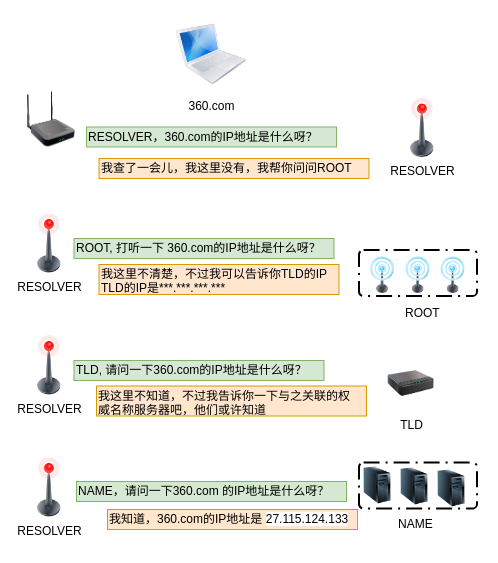
This is 未命名表单.drawio from m9rco/Android-Kotlin-Sensor-Test, a draw.io file, before an edit. Source tidied: cells renumbered, new cells numbered last; positions are measured from the earlier drawing's top-left corner, leaving out a move shared by most shapes. Both pictures are drawn from the tidied source at 100%, with x=0, y=0 at pixel (26, 16). Pictures stored in the file or linked from it are replaced by grey dashed boxes.
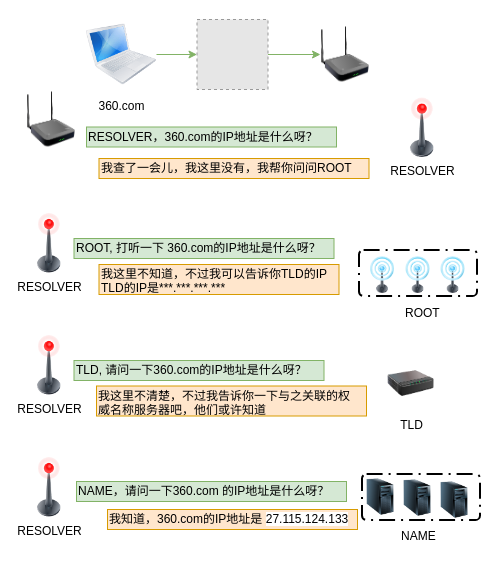
Above is the later version.

Commit message:
更新未命名表单.drawio

The edit, as a diff of the source:
```diff
@@
+    <mxCell id="27" style="edgeStyle=orthogonalEdgeStyle;rounded=0;jettySize=auto;html=1;fillColor=#d5e8d4;strokeColor=#82b366;" parent="1" edge="1" source="2" target="29">
+      <mxGeometry relative="1" as="geometry" />
+    </mxCell>
     <mxCell id="2" value="360.com" style="image;html=1;labelBackgroundColor=#ffffff;image=img/lib/clip_art/computers/MacBook_128x128.png;" parent="1" vertex="1">
-      <mxGeometry x="150" y="0.5" width="70" height="75" as="geometry" />
+      <mxGeometry x="60" y="0.5" width="70" height="75" as="geometry" />
     </mxCell>
@@
-    <mxCell id="11" value="我这里不清楚，不过我可以告诉你TLD的IP&lt;br&gt;TLD的IP是***.***.***.***" style="text;html=1;align=left;verticalAlign=top;spacingTop=-4;fillColor=#ffe6cc;strokeColor=#d79b00;" parent="1" vertex="1">
+    <mxCell id="11" value="我这里不知道，不过我可以告诉你TLD的IP&lt;br&gt;TLD的IP是***.***.***.***" style="text;html=1;align=left;verticalAlign=top;spacingTop=-4;fillColor=#ffe6cc;strokeColor=#d79b00;" parent="1" vertex="1">
       <mxGeometry x="72.5" y="248" width="240" height="30" as="geometry" />
     </mxCell>
-    <mxCell id="12" value="我这里不知道，不过我告诉你一下与之关联的权&lt;br&gt;威名称服务器吧，他们或许知道" style="text;html=1;align=left;verticalAlign=top;spacingTop=-4;fillColor=#ffe6cc;strokeColor=#d79b00;" parent="1" vertex="1">
+    <mxCell id="12" value="我这里不清楚，不过我告诉你一下与之关联的权&lt;br&gt;威名称服务器吧，他们或许知道" style="text;html=1;align=left;verticalAlign=top;spacingTop=-4;fillColor=#ffe6cc;strokeColor=#d79b00;" parent="1" vertex="1">
       <mxGeometry x="70" y="369.5" width="270" height="30" as="geometry" />
     </mxCell>
@@
     <mxCell id="17" style="rounded=1;arcSize=10;dashed=1;strokeColor=#000000;fillColor=none;gradientColor=none;dashPattern=8 3 1 3;strokeWidth=2;" parent="1" vertex="1">
-      <mxGeometry x="332.5" y="446" width="118" height="46" as="geometry" />
+      <mxGeometry x="335.5" y="457.5" width="118" height="46" as="geometry" />
     </mxCell>
@@
     <mxCell id="21" style="image;html=1;labelBackgroundColor=#ffffff;image=img/lib/clip_art/computers/Server_Tower_128x128.png;" parent="1" vertex="1">
-      <mxGeometry x="337.5" y="443" width="27" height="52" as="geometry" />
+      <mxGeometry x="340.5" y="454.5" width="27" height="52" as="geometry" />
     </mxCell>
     <mxCell id="22" style="image;html=1;labelBackgroundColor=#ffffff;image=img/lib/clip_art/computers/Server_Tower_128x128.png;" parent="1" vertex="1">
-      <mxGeometry x="374.5" y="444" width="27" height="52" as="geometry" />
+      <mxGeometry x="377.5" y="455.5" width="27" height="52" as="geometry" />
     </mxCell>
     <mxCell id="23" style="image;html=1;labelBackgroundColor=#ffffff;image=img/lib/clip_art/computers/Server_Tower_128x128.png;" parent="1" vertex="1">
-      <mxGeometry x="411.5" y="446" width="27" height="52" as="geometry" />
+      <mxGeometry x="414.5" y="457.5" width="27" height="52" as="geometry" />
     </mxCell>
     <mxCell id="24" value="NAME" style="text;html=1;align=left;verticalAlign=top;spacingTop=-4;" parent="1" vertex="1">
-      <mxGeometry x="369.5" y="498" width="50" height="20" as="geometry" />
+      <mxGeometry x="372.5" y="509.5" width="50" height="20" as="geometry" />
     </mxCell>
@@
+    <mxCell id="28" style="edgeStyle=orthogonalEdgeStyle;rounded=0;jettySize=auto;html=1;exitX=1;exitY=0.5;exitDx=0;exitDy=0;entryX=0;entryY=0.5;entryDx=0;entryDy=0;fillColor=#d5e8d4;strokeColor=#82b366;" parent="1" edge="1" source="29" target="30">
+      <mxGeometry relative="1" as="geometry" />
+    </mxCell>
+    <mxCell id="29" style="fillColor=#E6E6E6;strokeColor=#999999;dashed=1;verticalLabelPosition=bottom;labelBackgroundColor=#ffffff;verticalAlign=top;" parent="1" vertex="1">
+      <mxGeometry x="170.5" y="3" width="71" height="70" as="geometry" />
+    </mxCell>
+    <mxCell id="30" style="image;html=1;labelBackgroundColor=#ffffff;image=img/lib/clip_art/networking/Repeater_128x128.png;" parent="1" vertex="1">
+      <mxGeometry x="294" y="10.5" width="50" height="55" as="geometry" />
+    </mxCell>
```
